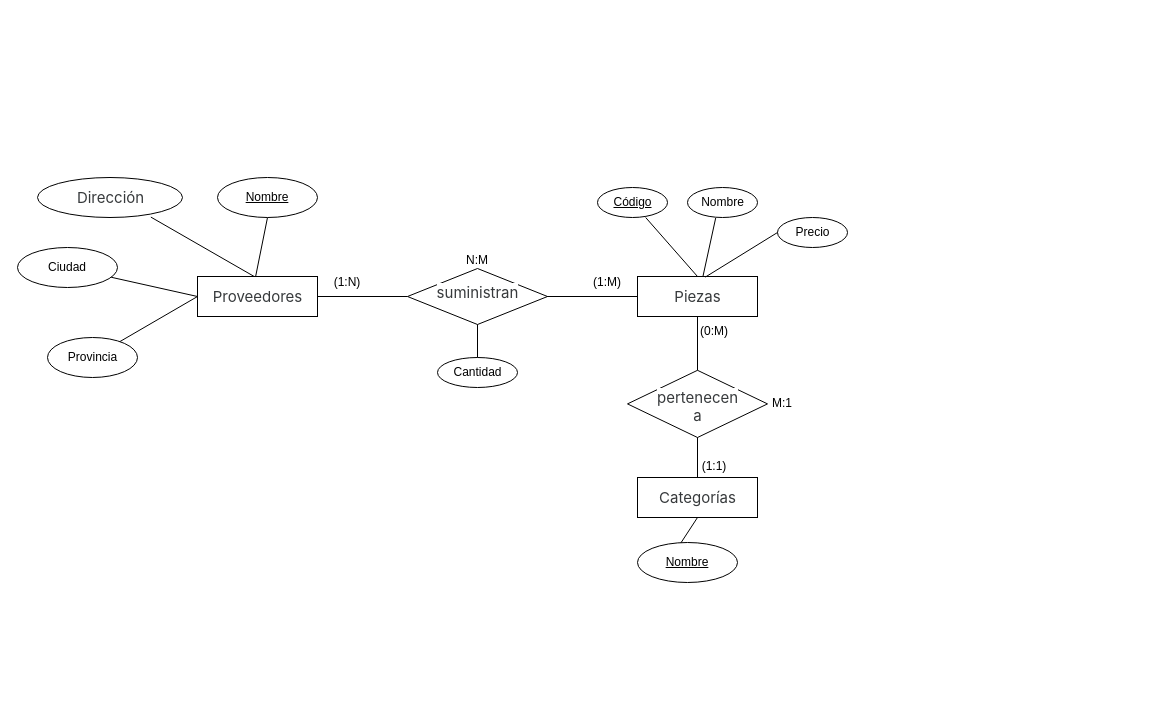
Before: Tarea 02_02 Proveedores y piezas.drawio in popnoart/popnoart, a draw.io diagram. Source tidied: cells renumbered, new cells numbered last; positions are measured from the earlier drawing's top-left corner, leaving out a move shared by most shapes. Both pictures are drawn from the tidied source at 100%, with x=0, y=0 at pixel (17, 177).
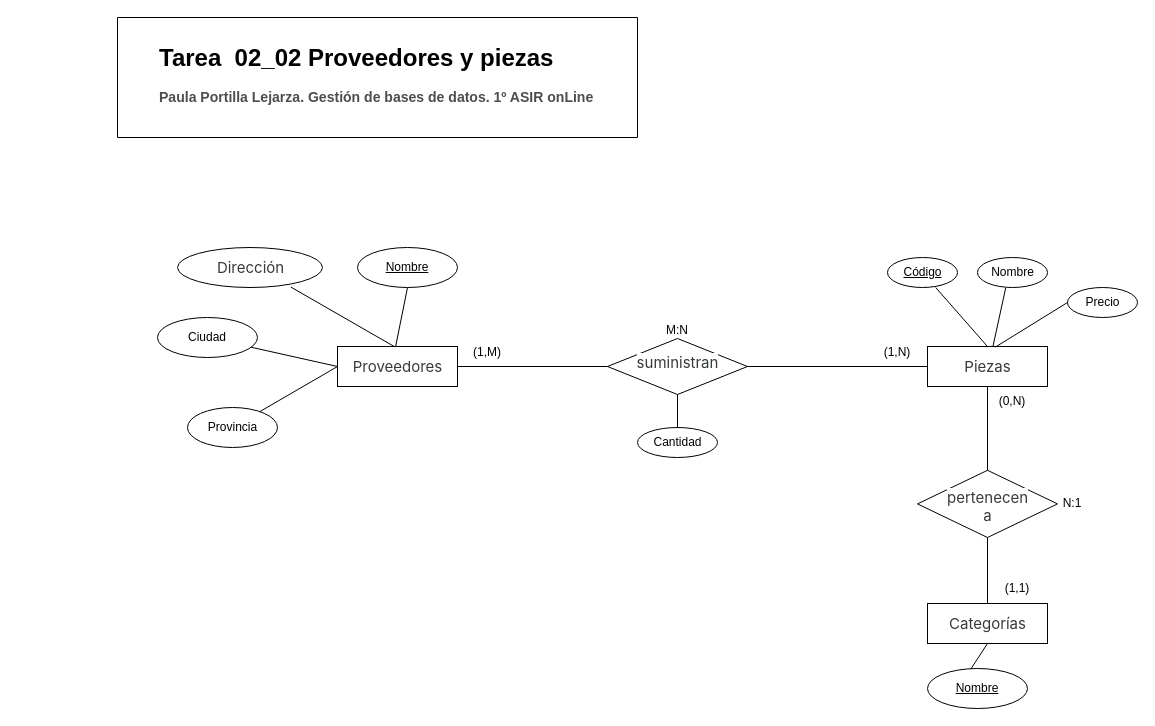
The same page after the edit.

The change refers to these unchanged cells:
```xml
<mxCell id="18" style="rounded=0;whiteSpace=wrap;html=1;labelBackgroundColor=default;" parent="17" vertex="1">
  <mxGeometry width="120" height="40" as="geometry" />
</mxCell>
<mxCell id="21" style="rounded=0;whiteSpace=wrap;html=1;" parent="20" vertex="1">
  <mxGeometry width="120" height="40" as="geometry" />
</mxCell>
<mxCell id="30" style="rhombus;whiteSpace=wrap;html=1;" parent="29" vertex="1">
  <mxGeometry x="10" y="-6" width="140" height="56" as="geometry" />
</mxCell>
```

What changed in the source:
```diff
@@
     <mxCell id="2" style="endArrow=none;html=1;rounded=0;exitX=0.43;exitY=0.025;exitDx=0;exitDy=0;exitPerimeter=0;" parent="1" edge="1" source="56">
       <mxGeometry relative="1" as="geometry">
-        <mxPoint x="680" y="340" as="targetPoint" />
+        <mxPoint x="970" y="466" as="targetPoint" />
       </mxGeometry>
     </mxCell>
@@
     <mxCell id="6" style="endArrow=none;html=1;rounded=0;entryX=0;entryY=0.5;entryDx=0;entryDy=0;" parent="1" edge="1" target="21">
       <mxGeometry relative="1" as="geometry">
-        <mxPoint x="520" y="119" as="sourcePoint" />
+        <mxPoint x="720" y="189" as="sourcePoint" />
       </mxGeometry>
     </mxCell>
@@
     <mxCell id="11" style="group;labelBackgroundColor=default;" parent="1" vertex="1">
-      <mxGeometry x="30" y="160" width="90" height="40" as="geometry" />
+      <mxGeometry x="170" y="230" width="90" height="40" as="geometry" />
     </mxCell>
@@
     <mxCell id="14" style="group;labelBackgroundColor=default;" parent="1" vertex="1">
-      <mxGeometry x="20" width="205" height="40" as="geometry" />
+      <mxGeometry x="160" y="70" width="205" height="40" as="geometry" />
     </mxCell>
@@
     <mxCell id="17" style="group;" parent="1" vertex="1">
-      <mxGeometry x="180" y="99" width="120" height="40" as="geometry" />
+      <mxGeometry x="320" y="169" width="120" height="40" as="geometry" />
     </mxCell>
@@
     <mxCell id="20" style="group;labelBackgroundColor=default;" parent="1" vertex="1">
-      <mxGeometry x="620" y="99" width="120" height="45" as="geometry" />
+      <mxGeometry x="910" y="169" width="120" height="45" as="geometry" />
     </mxCell>
@@
     <mxCell id="23" style="group;labelBackgroundColor=default;" parent="1" vertex="1">
-      <mxGeometry x="670" y="10" width="70" height="30" as="geometry" />
+      <mxGeometry x="960" y="80" width="70" height="30" as="geometry" />
     </mxCell>
@@
     <mxCell id="26" style="group;labelBackgroundColor=default;" parent="1" vertex="1">
-      <mxGeometry x="580" y="10" width="70" height="30" as="geometry" />
+      <mxGeometry x="870" y="80" width="70" height="30" as="geometry" />
     </mxCell>
@@
     <mxCell id="29" style="group;labelBackgroundColor=default;" parent="1" vertex="1">
-      <mxGeometry x="380" y="97" width="170" height="50" as="geometry" />
+      <mxGeometry x="580" y="167" width="170" height="50" as="geometry" />
     </mxCell>
@@
     <mxCell id="32" style="endArrow=none;html=1;rounded=0;exitX=1;exitY=0.5;exitDx=0;exitDy=0;" parent="1" edge="1" source="18">
       <mxGeometry relative="1" as="geometry">
-        <mxPoint x="390" y="119" as="targetPoint" />
+        <mxPoint x="590" y="189" as="targetPoint" />
       </mxGeometry>
     </mxCell>
-    <mxCell id="33" value="(1:M)" style="text;html=1;align=center;verticalAlign=middle;whiteSpace=wrap;rounded=0;" parent="1" vertex="1">
-      <mxGeometry x="560" y="90" width="60" height="30" as="geometry" />
+    <mxCell id="33" value="(1,N)" style="text;html=1;align=center;verticalAlign=middle;whiteSpace=wrap;rounded=0;" parent="1" vertex="1">
+      <mxGeometry x="850" y="160" width="60" height="30" as="geometry" />
     </mxCell>
-    <mxCell id="34" value="(1:N)" style="text;html=1;align=center;verticalAlign=middle;whiteSpace=wrap;rounded=0;" parent="1" vertex="1">
-      <mxGeometry x="300" y="90" width="60" height="30" as="geometry" />
+    <mxCell id="34" value="(1,M)" style="text;html=1;align=center;verticalAlign=middle;whiteSpace=wrap;rounded=0;" parent="1" vertex="1">
+      <mxGeometry x="440" y="160" width="60" height="30" as="geometry" />
     </mxCell>
     <mxCell id="35" style="group;" parent="1" vertex="1">
-      <mxGeometry x="620" y="300" width="120" height="40" as="geometry" />
+      <mxGeometry x="910" y="426" width="120" height="40" as="geometry" />
     </mxCell>
@@
     <mxCell id="38" style="group;labelBackgroundColor=default;" parent="1" vertex="1">
-      <mxGeometry x="600" y="200" width="195" height="60" as="geometry" />
+      <mxGeometry x="890" y="300" width="195" height="60" as="geometry" />
     </mxCell>
@@
-    <mxCell id="41" value="M:1" style="text;html=1;align=center;verticalAlign=middle;whiteSpace=wrap;rounded=0;" parent="38" vertex="1">
+    <mxCell id="41" value="N:1" style="text;html=1;align=center;verticalAlign=middle;whiteSpace=wrap;rounded=0;" parent="38" vertex="1">
       <mxGeometry x="135" y="-0.6" width="60" height="54" as="geometry" />
     </mxCell>
@@
-    <mxCell id="43" value="(1:1)" style="text;html=1;align=center;verticalAlign=middle;whiteSpace=wrap;rounded=0;" parent="1" vertex="1">
-      <mxGeometry x="667" y="274" width="60" height="30" as="geometry" />
+    <mxCell id="43" value="(1,1)" style="text;html=1;align=center;verticalAlign=middle;whiteSpace=wrap;rounded=0;" parent="1" vertex="1">
+      <mxGeometry x="970" y="396" width="60" height="30" as="geometry" />
     </mxCell>
-    <mxCell id="44" value="(0:M)" style="text;html=1;align=center;verticalAlign=middle;whiteSpace=wrap;rounded=0;" parent="1" vertex="1">
-      <mxGeometry x="667" y="139" width="60" height="30" as="geometry" />
+    <mxCell id="44" value="(0,N)" style="text;html=1;align=center;verticalAlign=middle;whiteSpace=wrap;rounded=0;" parent="1" vertex="1">
+      <mxGeometry x="965" y="209" width="60" height="30" as="geometry" />
     </mxCell>
-    <mxCell id="45" value="N:M" style="text;html=1;align=center;verticalAlign=middle;whiteSpace=wrap;rounded=0;" parent="1" vertex="1">
-      <mxGeometry x="430" y="56" width="60" height="54" as="geometry" />
+    <mxCell id="45" value="M:N" style="text;html=1;align=center;verticalAlign=middle;whiteSpace=wrap;rounded=0;" parent="1" vertex="1">
+      <mxGeometry x="630" y="126" width="60" height="54" as="geometry" />
     </mxCell>
     <mxCell id="46" style="group;labelBackgroundColor=default;" parent="1" vertex="1">
-      <mxGeometry x="760" y="40" width="70" height="30" as="geometry" />
+      <mxGeometry x="1050" y="110" width="70" height="30" as="geometry" />
     </mxCell>
@@
     <mxCell id="50" style="group;labelBackgroundColor=default;" parent="1" vertex="1">
-      <mxGeometry x="420" y="180" width="80" height="30" as="geometry" />
+      <mxGeometry x="620" y="250" width="80" height="30" as="geometry" />
     </mxCell>
@@
     <mxCell id="53" style="endArrow=none;html=1;rounded=0;entryX=0.5;entryY=1;entryDx=0;entryDy=0;" parent="1" edge="1" target="30">
       <mxGeometry relative="1" as="geometry">
-        <mxPoint x="460" y="180" as="sourcePoint" />
+        <mxPoint x="660" y="250" as="sourcePoint" />
       </mxGeometry>
     </mxCell>
     <mxCell id="54" value="Nombre" style="ellipse;whiteSpace=wrap;html=1;align=center;fontStyle=4;" parent="1" vertex="1">
-      <mxGeometry x="200" width="100" height="40" as="geometry" />
+      <mxGeometry x="340" y="70" width="100" height="40" as="geometry" />
     </mxCell>
     <mxCell id="55" value="Ciudad" style="ellipse;whiteSpace=wrap;html=1;align=center;" parent="1" vertex="1">
-      <mxGeometry y="70" width="100" height="40" as="geometry" />
+      <mxGeometry x="140" y="140" width="100" height="40" as="geometry" />
     </mxCell>
     <mxCell id="56" value="Nombre" style="ellipse;whiteSpace=wrap;html=1;align=center;fontStyle=4;" parent="1" vertex="1">
-      <mxGeometry x="620" y="365" width="100" height="40" as="geometry" />
+      <mxGeometry x="910" y="491" width="100" height="40" as="geometry" />
     </mxCell>
+    <mxCell id="57" style="swimlane;startSize=0;" parent="1" vertex="1">
+      <mxGeometry x="100" y="-160" width="520" height="120" as="geometry" />
+    </mxCell>
+    <mxCell id="58" value="&lt;h1 style=&quot;margin-top: 0px;&quot;&gt;Tarea &amp;nbsp;02_02 Proveedores y piezas&lt;/h1&gt;&lt;h3&gt;&lt;font color=&quot;#4d4d4d&quot;&gt;Paula Portilla Lejarza.&amp;nbsp;&lt;/font&gt;&lt;span style=&quot;background-color: initial; font-size: 14.04px;&quot;&gt;&lt;font color=&quot;#4d4d4d&quot;&gt;Gestión de bases de datos. 1º ASIR onLine&lt;/font&gt;&lt;/span&gt;&lt;/h3&gt;" style="text;html=1;whiteSpace=wrap;overflow=hidden;rounded=0;" parent="57" vertex="1">
+      <mxGeometry x="40" y="20" width="860" height="120" as="geometry" />
+    </mxCell>
```
